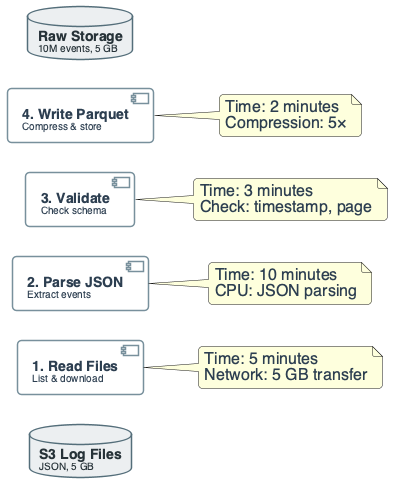
Above: diagrams/week01/week1_lecture_slide20_ingestion.png in OrPerets/data-engineering-course (PlantUML), before the change.
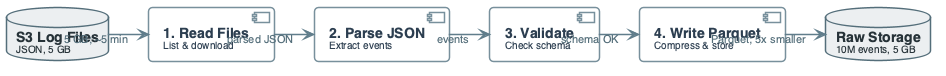
The same file after the commit.

What changed in the source:
```diff
@@ -130,24 +130,10 @@
 
 database "**Raw Storage**\n<size:10>10M events, 5 GB</size>" as RAW
 
-note right of READ
-  Time: 5 minutes
-  Network: 5 GB transfer
-end note
-
-note right of PARSE
-  Time: 10 minutes
-  CPU: JSON parsing
-end note
-
-note right of VALIDATE
-  Time: 3 minutes
-  Check: timestamp, page
-end note
-
-note right of WRITE
-  Time: 2 minutes
-  Compression: 5×
-end note
+S3 --> READ : "5 GB; ~5 min"
+READ --> PARSE : "parsed JSON"
+PARSE --> VALIDATE : "events"
+VALIDATE --> WRITE : "schema OK"
+WRITE --> RAW : "Parquet; 5x smaller"
 
 @enduml
```
